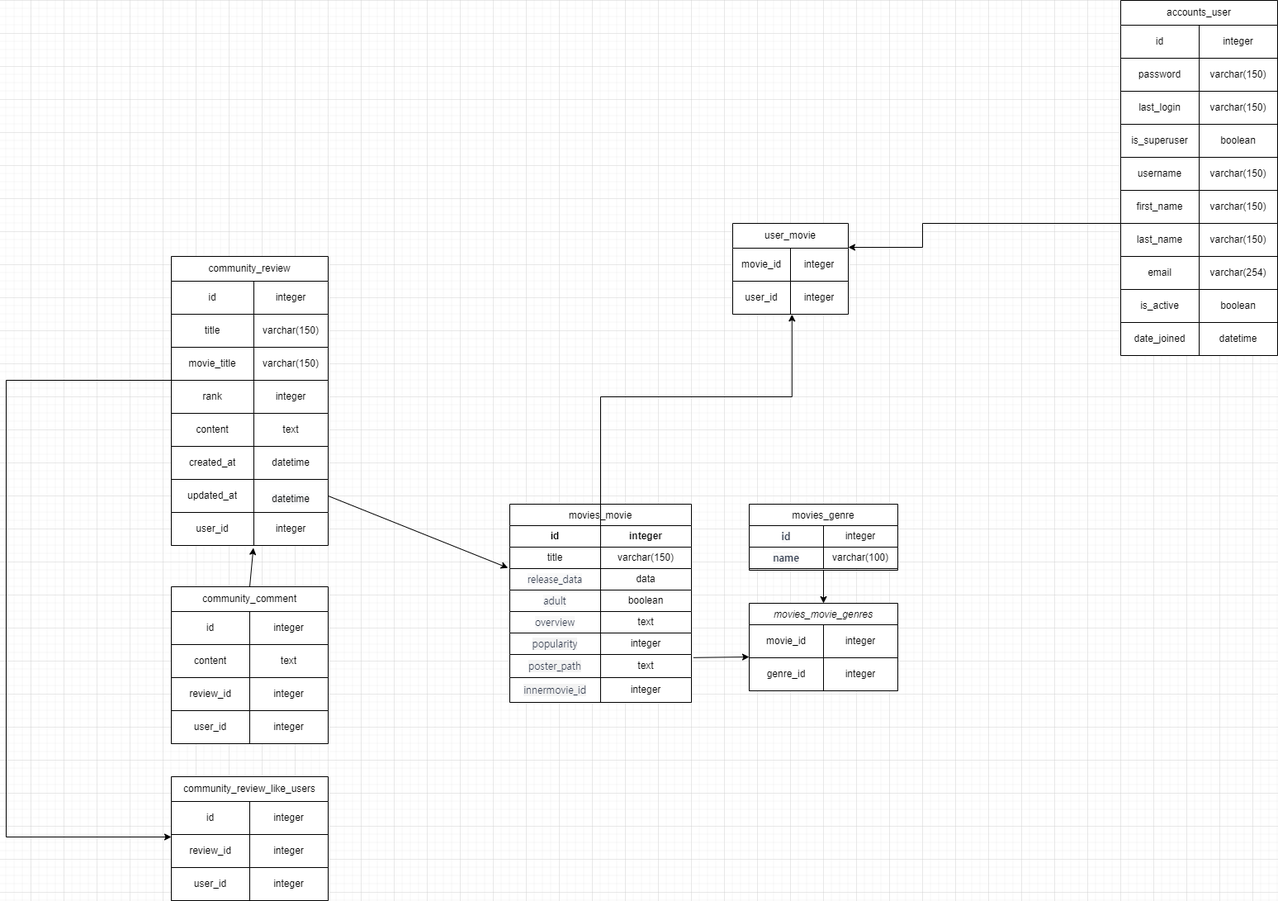
Earlier version of the draw.io export 기획서/제목 없는 다이어그램.drawio.png (gangnamssal/gangnamssal-movie_website_project). Source tidied: cells renumbered, new cells last; positions are measured from the earlier drawing's top-left corner, leaving out a move shared by most shapes.
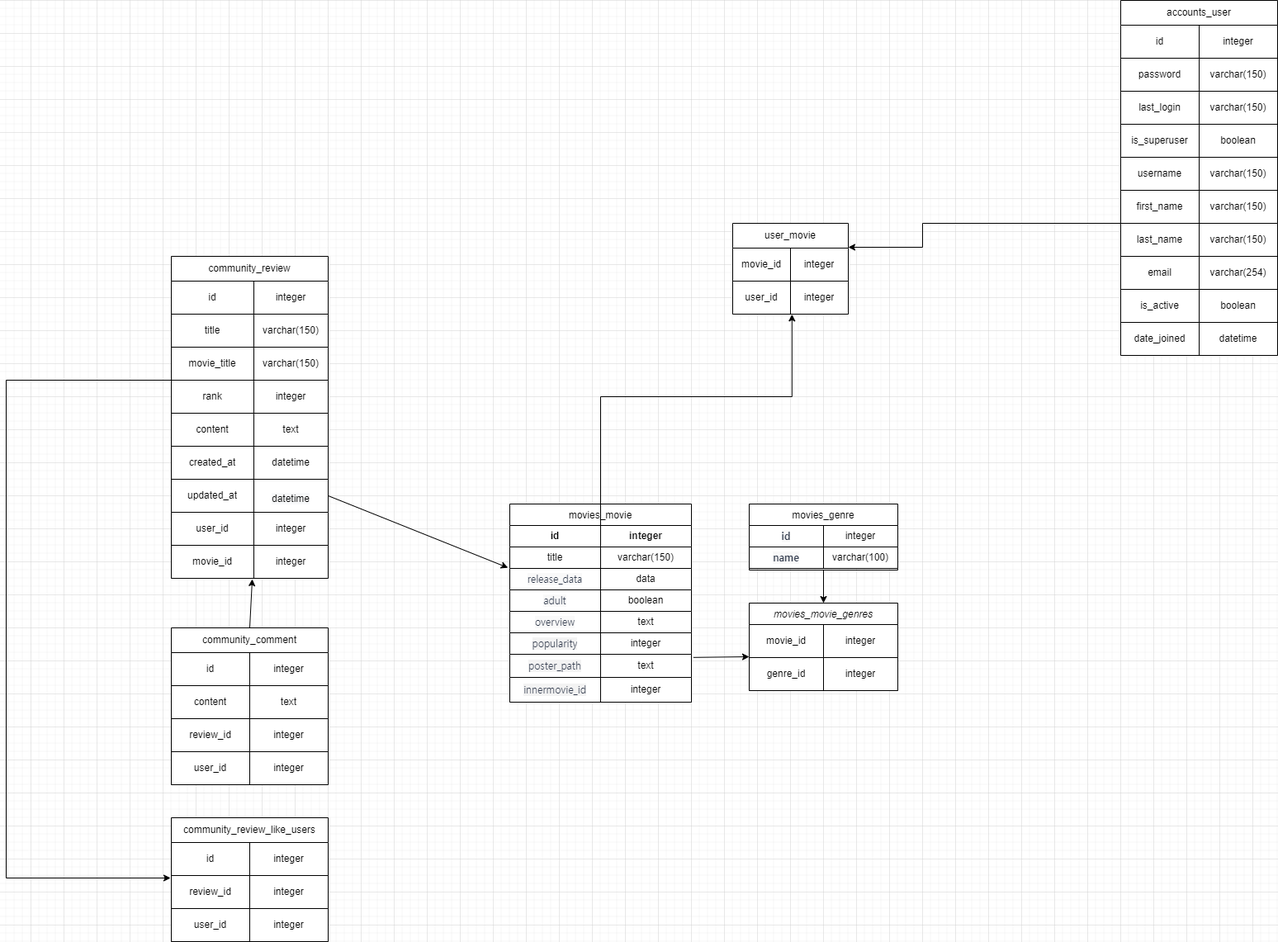
The same file after the commit.

The edit, as a diff of the source:
```diff
@@ -260,7 +260,7 @@
       <mxGeometry x="95" width="95" height="40" as="geometry" />
     </mxCell>
     <mxCell id="87" value="community_review" style="swimlane;fontStyle=0;horizontal=1;startSize=30;whiteSpace=wrap;html=1;" parent="1" vertex="1">
-      <mxGeometry x="200" y="310" width="190" height="350" as="geometry" />
+      <mxGeometry x="200" y="310" width="190" height="390" as="geometry" />
     </mxCell>
     <mxCell id="88" style="shape=table;startSize=0;" parent="87" vertex="1">
       <mxGeometry y="30" width="190" height="280" as="geometry" />
@@ -329,7 +329,7 @@
       <mxGeometry x="100" width="90" height="40" as="geometry" />
     </mxCell>
     <mxCell id="110" style="shape=table;startSize=0;" parent="87" vertex="1">
-      <mxGeometry y="310" width="190" height="40" as="geometry" />
+      <mxGeometry y="310" width="190" height="80" as="geometry" />
     </mxCell>
     <mxCell id="111" style="shape=tableRow;horizontal=0;startSize=0;swimlaneHead=0;swimlaneBody=0;top=0;left=0;bottom=0;right=0;fillColor=none;points=[[0,0.5],[1,0.5]];portConstraint=eastwest;" parent="110" vertex="1">
       <mxGeometry width="190" height="40" as="geometry" />
@@ -340,8 +340,17 @@
     <mxCell id="113" value="integer" style="shape=partialRectangle;html=1;whiteSpace=wrap;overflow=hidden;fillColor=none;top=0;left=0;bottom=0;right=0;" parent="111" vertex="1">
       <mxGeometry x="100" width="90" height="40" as="geometry" />
     </mxCell>
+    <mxCell id="152" style="shape=tableRow;horizontal=0;startSize=0;swimlaneHead=0;swimlaneBody=0;top=0;left=0;bottom=0;right=0;fillColor=none;points=[[0,0.5],[1,0.5]];portConstraint=eastwest;" parent="110" vertex="1">
+      <mxGeometry y="40" width="190" height="40" as="geometry" />
+    </mxCell>
+    <mxCell id="153" value="movie_id" style="shape=partialRectangle;html=1;whiteSpace=wrap;overflow=hidden;fillColor=none;top=0;left=0;bottom=0;right=0;" parent="152" vertex="1">
+      <mxGeometry width="100" height="40" as="geometry" />
+    </mxCell>
+    <mxCell id="154" value="integer" style="shape=partialRectangle;html=1;whiteSpace=wrap;overflow=hidden;fillColor=none;top=0;left=0;bottom=0;right=0;" parent="152" vertex="1">
+      <mxGeometry x="100" width="90" height="40" as="geometry" />
+    </mxCell>
     <mxCell id="114" value="community_comment" style="swimlane;fontStyle=0;horizontal=1;startSize=30;whiteSpace=wrap;html=1;" parent="1" vertex="1">
-      <mxGeometry x="200" y="710" width="190" height="190" as="geometry" />
+      <mxGeometry x="200" y="760" width="190" height="190" as="geometry" />
     </mxCell>
     <mxCell id="115" style="shape=table;startSize=0;" parent="114" vertex="1">
       <mxGeometry y="30" width="190" height="160" as="geometry" />
@@ -383,7 +392,7 @@
       <mxGeometry x="95" width="95" height="40" as="geometry" />
     </mxCell>
     <mxCell id="128" value="community_review_like_users" style="swimlane;fontStyle=0;horizontal=1;startSize=30;whiteSpace=wrap;html=1;" parent="1" vertex="1">
-      <mxGeometry x="200" y="940" width="190" height="150" as="geometry" />
+      <mxGeometry x="200" y="990" width="190" height="150" as="geometry" />
     </mxCell>
     <mxCell id="129" style="shape=table;startSize=0;" parent="128" vertex="1">
       <mxGeometry y="30" width="190" height="120" as="geometry" />
@@ -415,10 +424,9 @@
     <mxCell id="138" value="integer" style="shape=partialRectangle;html=1;whiteSpace=wrap;overflow=hidden;fillColor=none;top=0;left=0;bottom=0;right=0;" parent="136" vertex="1">
       <mxGeometry x="95" width="95" height="40" as="geometry" />
     </mxCell>
-    <mxCell id="139" style="edgeStyle=elbowEdgeStyle;elbow=horizontal;endArrow=classic;html=1;rounded=0;" parent="1" edge="1">
+    <mxCell id="139" style="edgeStyle=elbowEdgeStyle;elbow=horizontal;endArrow=classic;html=1;rounded=0;entryX=-0.005;entryY=1.075;entryDx=0;entryDy=0;entryPerimeter=0;" parent="1" edge="1" target="130">
       <mxGeometry relative="1" as="geometry">
         <mxPoint x="390" y="460" as="sourcePoint" />
-        <mxPoint x="200" y="1013" as="targetPoint" />
         <Array as="points">
           <mxPoint y="720" />
         </Array>
@@ -471,7 +479,7 @@
     <mxCell id="150" style="endArrow=classic;html=1;rounded=0;entryX=-0.01;entryY=-0.032;entryDx=0;entryDy=0;entryPerimeter=0;exitX=1;exitY=0.5;exitDx=0;exitDy=0;" parent="1" edge="1" source="107" target="12">
       <mxGeometry relative="1" as="geometry" />
     </mxCell>
-    <mxCell id="151" style="endArrow=classic;html=1;rounded=0;entryX=0.523;entryY=1.074;entryDx=0;entryDy=0;entryPerimeter=0;exitX=0.5;exitY=0;exitDx=0;exitDy=0;" parent="1" edge="1" source="114" target="111">
+    <mxCell id="151" style="endArrow=classic;html=1;rounded=0;exitX=0.5;exitY=0;exitDx=0;exitDy=0;entryX=0.516;entryY=1.025;entryDx=0;entryDy=0;entryPerimeter=0;" parent="1" edge="1" source="114" target="152">
       <mxGeometry relative="1" as="geometry" />
     </mxCell>
   </root>
```
